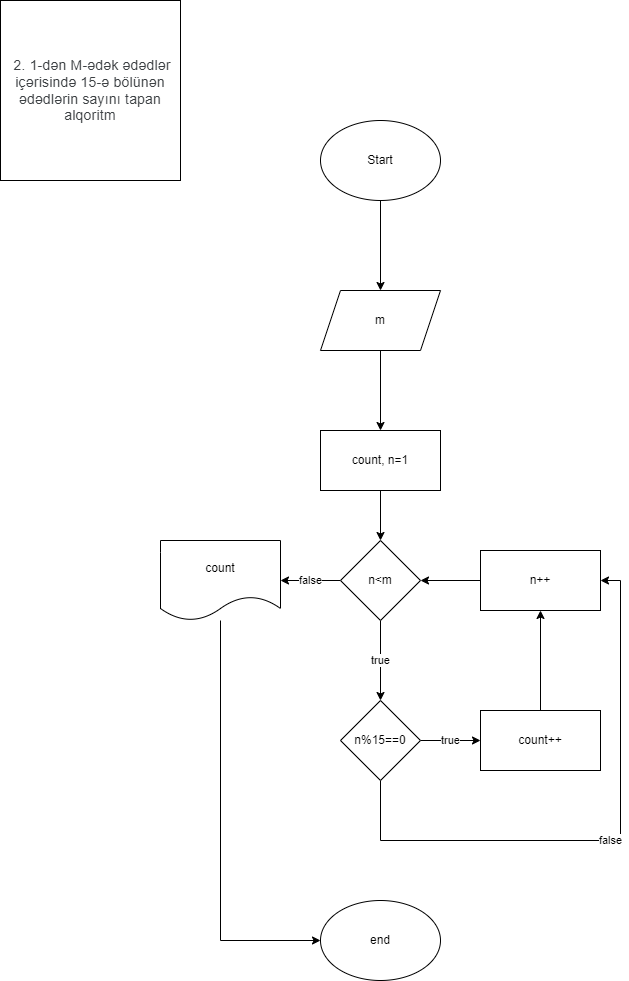
daelvinci/5.12.2022 keeps this draw.io diagram as task2.png. Above is the earlier version. Source tidied: cells renumbered, new cells last; positions are measured from the earlier drawing's top-left corner, leaving out a move shared by most shapes.
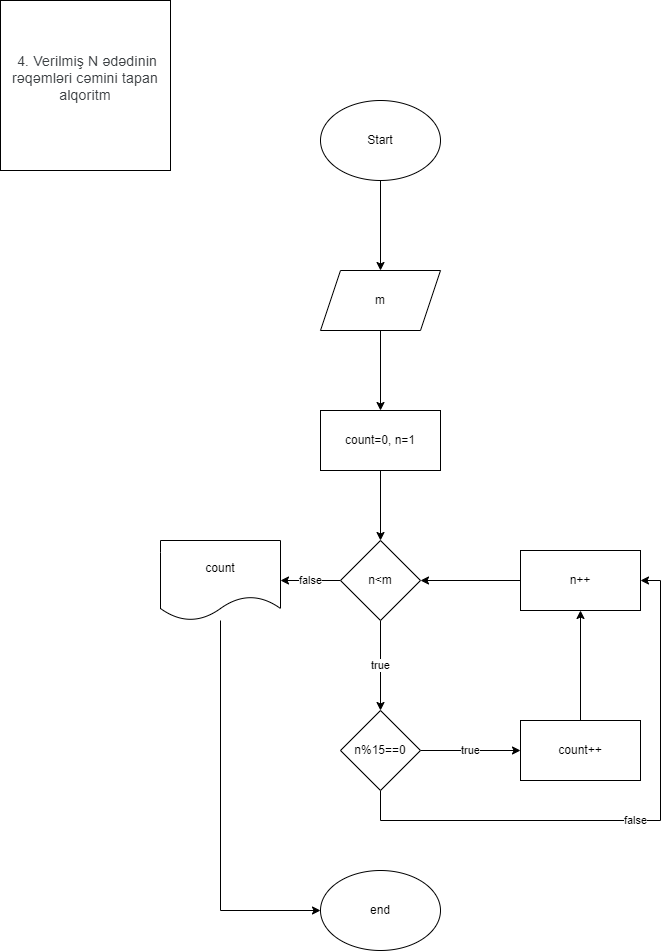
After the commit.

Commit message:
dedim axi :)

What changed in the source:
```diff
@@ -8,9 +8,6 @@
     <mxCell id="3" value="Start" style="ellipse;whiteSpace=wrap;html=1;" parent="1" vertex="1">
       <mxGeometry x="320" y="120" width="120" height="80" as="geometry" />
     </mxCell>
-    <mxCell id="4" value="&lt;span style=&quot;color: rgb(60, 64, 67); font-family: Roboto, Arial, sans-serif; font-size: 14px; letter-spacing: 0.2px; text-align: start;&quot;&gt;&amp;nbsp;2. 1-dən M-ədək ədədlər içərisində 15-ə bölünən ədədlərin sayını tapan alqoritm&lt;/span&gt;" style="whiteSpace=wrap;html=1;" parent="1" vertex="1">
-      <mxGeometry width="180" height="180" as="geometry" />
-    </mxCell>
     <mxCell id="5" style="edgeStyle=orthogonalEdgeStyle;rounded=0;jettySize=auto;html=1;" parent="1" edge="1" source="6">
       <mxGeometry relative="1" as="geometry">
         <mxPoint x="380" y="430" as="targetPoint" />
@@ -19,62 +16,65 @@
     <mxCell id="6" value="m" style="shape=parallelogram;perimeter=parallelogramPerimeter;whiteSpace=wrap;html=1;fixedSize=1;" parent="1" vertex="1">
       <mxGeometry x="320" y="290" width="120" height="60" as="geometry" />
     </mxCell>
-    <mxCell id="7" style="edgeStyle=orthogonalEdgeStyle;rounded=0;jettySize=auto;html=1;" parent="1" edge="1" source="8" target="11">
-      <mxGeometry relative="1" as="geometry" />
-    </mxCell>
-    <mxCell id="8" value="count, n=1" style="rounded=0;whiteSpace=wrap;html=1;" parent="1" vertex="1">
-      <mxGeometry x="320" y="430" width="120" height="60" as="geometry" />
-    </mxCell>
-    <mxCell id="9" value="true" style="edgeStyle=orthogonalEdgeStyle;rounded=0;jettySize=auto;html=1;" parent="1" edge="1" source="11" target="14">
-      <mxGeometry relative="1" as="geometry" />
-    </mxCell>
+    <mxCell id="22" value="&#10;&lt;span style=&quot;color: rgb(60, 64, 67); font-family: Roboto, Arial, sans-serif; font-size: 14px; font-style: normal; font-variant-ligatures: normal; font-variant-caps: normal; font-weight: 400; letter-spacing: 0.2px; orphans: 2; text-align: start; text-indent: 0px; text-transform: none; widows: 2; word-spacing: 0px; -webkit-text-stroke-width: 0px; text-decoration-thickness: initial; text-decoration-style: initial; text-decoration-color: initial; float: none; display: inline !important;&quot;&gt;&amp;nbsp;4. Verilmiş N ədədinin rəqəmləri cəmini tapan alqoritm&lt;/span&gt;&#10;&#10;" style="whiteSpace=wrap;html=1;" parent="1" vertex="1">
+      <mxGeometry y="20" width="170" height="170" as="geometry" />
+    </mxCell>
+    <mxCell id="23" style="edgeStyle=orthogonalEdgeStyle;rounded=0;jettySize=auto;html=1;" parent="1" edge="1" source="24" target="11">
+      <mxGeometry relative="1" as="geometry" />
+    </mxCell>
+    <mxCell id="24" value="count=0, n=1" style="rounded=0;whiteSpace=wrap;html=1;" parent="1" vertex="1">
+      <mxGeometry x="320" y="430" width="120" height="60" as="geometry" />
+    </mxCell>
     <mxCell id="10" value="false" style="edgeStyle=orthogonalEdgeStyle;rounded=0;jettySize=auto;html=1;" parent="1" edge="1" source="11" target="16">
       <mxGeometry relative="1" as="geometry" />
     </mxCell>
+    <mxCell id="25" value="true" style="edgeStyle=orthogonalEdgeStyle;rounded=0;jettySize=auto;html=1;" parent="1" edge="1" source="11">
+      <mxGeometry relative="1" as="geometry">
+        <mxPoint x="380" y="730" as="targetPoint" />
+      </mxGeometry>
+    </mxCell>
     <mxCell id="11" value="n&amp;lt;m" style="rhombus;whiteSpace=wrap;html=1;rounded=0;" parent="1" vertex="1">
-      <mxGeometry x="340" y="540" width="80" height="80" as="geometry" />
+      <mxGeometry x="340" y="560" width="80" height="80" as="geometry" />
     </mxCell>
-    <mxCell id="12" value="true" style="edgeStyle=orthogonalEdgeStyle;rounded=0;jettySize=auto;html=1;" parent="1" edge="1" source="14">
-      <mxGeometry relative="1" as="geometry">
-        <mxPoint x="480" y="740" as="targetPoint" />
-      </mxGeometry>
-    </mxCell>
-    <mxCell id="13" value="false" style="edgeStyle=orthogonalEdgeStyle;rounded=0;jettySize=auto;html=1;entryX=1;entryY=0.5;entryDx=0;entryDy=0;" parent="1" edge="1" source="14" target="20">
-      <mxGeometry relative="1" as="geometry">
-        <Array as="points">
-          <mxPoint x="380" y="840" />
-          <mxPoint x="620" y="840" />
-          <mxPoint x="620" y="580" />
-        </Array>
-      </mxGeometry>
-    </mxCell>
-    <mxCell id="14" value="n%15==0" style="rhombus;whiteSpace=wrap;html=1;rounded=0;" parent="1" vertex="1">
-      <mxGeometry x="340" y="700" width="80" height="80" as="geometry" />
-    </mxCell>
     <mxCell id="15" style="edgeStyle=orthogonalEdgeStyle;rounded=0;jettySize=auto;html=1;entryX=0;entryY=0.5;entryDx=0;entryDy=0;" parent="1" edge="1" source="16" target="21">
       <mxGeometry relative="1" as="geometry">
         <Array as="points">
-          <mxPoint x="220" y="940" />
+          <mxPoint x="220" y="930" />
         </Array>
       </mxGeometry>
     </mxCell>
     <mxCell id="16" value="count" style="shape=document;whiteSpace=wrap;html=1;boundedLbl=1;rounded=0;" parent="1" vertex="1">
-      <mxGeometry x="160" y="540" width="120" height="80" as="geometry" />
+      <mxGeometry x="160" y="560" width="120" height="80" as="geometry" />
     </mxCell>
     <mxCell id="17" style="edgeStyle=orthogonalEdgeStyle;rounded=0;jettySize=auto;html=1;" parent="1" edge="1" source="18" target="20">
       <mxGeometry relative="1" as="geometry" />
     </mxCell>
-    <mxCell id="18" value="count++" style="rounded=0;whiteSpace=wrap;html=1;" parent="1" vertex="1">
-      <mxGeometry x="480" y="710" width="120" height="60" as="geometry" />
+    <mxCell id="18" value="count++" style="whiteSpace=wrap;html=1;rounded=0;" parent="1" vertex="1">
+      <mxGeometry x="520" y="740" width="120" height="60" as="geometry" />
     </mxCell>
     <mxCell id="19" style="edgeStyle=orthogonalEdgeStyle;rounded=0;jettySize=auto;html=1;" parent="1" edge="1" source="20" target="11">
       <mxGeometry relative="1" as="geometry" />
     </mxCell>
-    <mxCell id="20" value="n++" style="rounded=0;whiteSpace=wrap;html=1;" parent="1" vertex="1">
-      <mxGeometry x="480" y="550" width="120" height="60" as="geometry" />
+    <mxCell id="20" value="n++" style="whiteSpace=wrap;html=1;rounded=0;" parent="1" vertex="1">
+      <mxGeometry x="520" y="570" width="120" height="60" as="geometry" />
     </mxCell>
     <mxCell id="21" value="end" style="ellipse;whiteSpace=wrap;html=1;" parent="1" vertex="1">
-      <mxGeometry x="320" y="900" width="120" height="80" as="geometry" />
+      <mxGeometry x="320" y="890" width="120" height="80" as="geometry" />
     </mxCell>
+    <mxCell id="26" value="true" style="edgeStyle=orthogonalEdgeStyle;rounded=0;jettySize=auto;html=1;" parent="1" edge="1" source="14" target="18">
+      <mxGeometry relative="1" as="geometry" />
+    </mxCell>
+    <mxCell id="13" value="false" style="edgeStyle=orthogonalEdgeStyle;rounded=0;jettySize=auto;html=1;entryX=1;entryY=0.5;entryDx=0;entryDy=0;" parent="1" edge="1" source="14" target="20">
+      <mxGeometry relative="1" as="geometry">
+        <Array as="points">
+          <mxPoint x="380" y="840" />
+          <mxPoint x="660" y="840" />
+          <mxPoint x="660" y="600" />
+        </Array>
+      </mxGeometry>
+    </mxCell>
+    <mxCell id="14" value="n%15==0" style="rhombus;whiteSpace=wrap;html=1;" parent="1" vertex="1">
+      <mxGeometry x="340" y="730" width="80" height="80" as="geometry" />
+    </mxCell>
   </root>
 </mxGraphModel>
```
